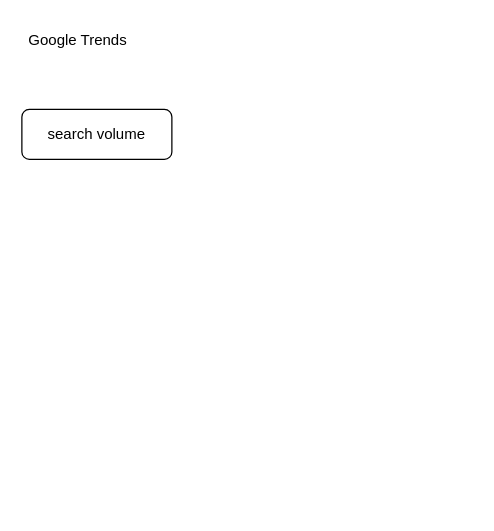
VisableHarry/seo-drawio keeps this draw.io diagram as drawio/keyword_optimize.drawio. Above is the earlier version. Source tidied: cells renumbered, new cells numbered last; positions are measured from the earlier drawing's top-left corner, leaving out a move shared by most shapes. Both pictures are drawn from the tidied source at 125%, with x=0, y=0 at pixel (21, 21).
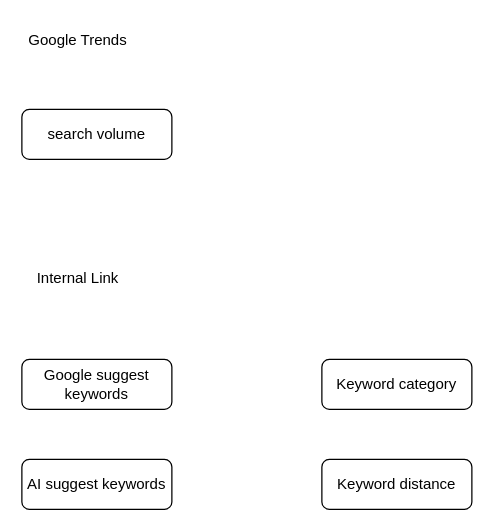
The same page after the edit.

Change to the diagram source:
```diff
@@
 <mxGraphModel>
   <root>
     <mxCell id="0" />
     <mxCell id="1" parent="0" />
     <mxCell id="2" value="search volume" style="rounded=1;whiteSpace=wrap;html=1;" parent="1" vertex="1">
       <mxGeometry y="70" width="120" height="40" as="geometry" />
     </mxCell>
     <mxCell id="3" value="Google Trends" style="text;html=1;align=center;verticalAlign=middle;whiteSpace=wrap;rounded=0;" parent="1" vertex="1">
       <mxGeometry width="90" height="30" as="geometry" />
     </mxCell>
+    <mxCell id="4" value="Google suggest keywords" style="rounded=1;whiteSpace=wrap;html=1;" parent="1" vertex="1">
+      <mxGeometry y="270" width="120" height="40" as="geometry" />
+    </mxCell>
+    <mxCell id="5" value="Internal Link" style="text;html=1;align=center;verticalAlign=middle;whiteSpace=wrap;rounded=0;" parent="1" vertex="1">
+      <mxGeometry y="190" width="90" height="30" as="geometry" />
+    </mxCell>
+    <mxCell id="6" value="AI suggest keywords" style="rounded=1;whiteSpace=wrap;html=1;" parent="1" vertex="1">
+      <mxGeometry y="350" width="120" height="40" as="geometry" />
+    </mxCell>
+    <mxCell id="7" value="Keyword category" style="rounded=1;whiteSpace=wrap;html=1;" parent="1" vertex="1">
+      <mxGeometry x="240" y="270" width="120" height="40" as="geometry" />
+    </mxCell>
+    <mxCell id="8" value="Keyword distance" style="rounded=1;whiteSpace=wrap;html=1;" parent="1" vertex="1">
+      <mxGeometry x="240" y="350" width="120" height="40" as="geometry" />
+    </mxCell>
   </root>
 </mxGraphModel>
```
